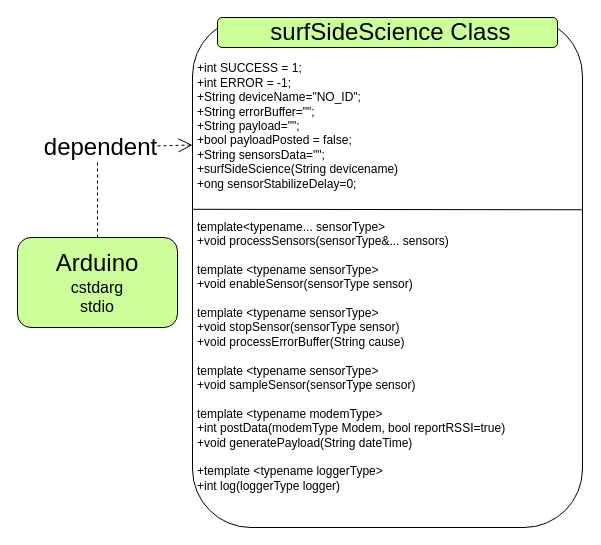
This is page "sursidescience class" (5 of 11) of docs/Software architecture.drawio from SeanDBrrr/SurfSideScienceSensors, a draw.io file, before an edit. Source tidied: cells renumbered, new cells numbered last; positions are measured from the earlier drawing's top-left corner, leaving out a move shared by most shapes. Both pictures are drawn from the tidied source at 100%, with x=0, y=0 at pixel (17, 17).
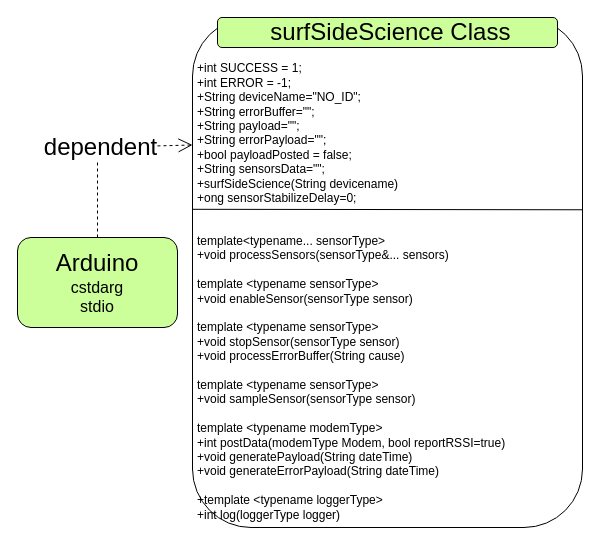
The same page after the edit.

Change to the diagram source:
```diff
@@
 <mxGraphModel>
   <root>
     <mxCell id="0" />
     <mxCell id="1" parent="0" />
     <mxCell id="2" style="rounded=1;whiteSpace=wrap;html=1;" parent="1" vertex="1">
       <mxGeometry x="175" width="390" height="510" as="geometry" />
     </mxCell>
     <mxCell id="3" value="&lt;span style=&quot;font-size: 24px;&quot;&gt;&amp;nbsp;surfSideScience Class&lt;/span&gt;" style="rounded=1;whiteSpace=wrap;html=1;fillColor=#CCFF99;" parent="1" vertex="1">
       <mxGeometry x="200" width="340" height="30" as="geometry" />
     </mxCell>
-    <mxCell id="4" value="&lt;div&gt;&lt;br&gt;&lt;/div&gt;&lt;div&gt;+int SUCCESS = 1;&lt;/div&gt;&lt;div&gt;+int ERROR = -1;&lt;/div&gt;&lt;div&gt;+String deviceName=&quot;NO_ID&quot;;&lt;/div&gt;&lt;div&gt;+String errorBuffer=&quot;&quot;;&lt;/div&gt;&lt;div&gt;+String payload=&quot;&quot;;&lt;/div&gt;&lt;div&gt;+bool payloadPosted = false;&lt;/div&gt;&lt;div&gt;+String sensorsData=&quot;&quot;;&lt;/div&gt;&lt;div&gt;+surfSideScience(String devicename)&lt;/div&gt;&lt;div&gt;+ong sensorStabilizeDelay=0;&lt;/div&gt;&lt;div&gt;&lt;br&gt;&lt;/div&gt;&lt;div&gt;&lt;br&gt;&lt;/div&gt;&lt;div&gt;&lt;div&gt;template&amp;lt;typename... sensorType&amp;gt;&lt;/div&gt;&lt;div&gt;+void processSensors(sensorType&amp;amp;... sensors)&lt;/div&gt;&lt;div&gt;&lt;br&gt;&lt;/div&gt;&lt;div&gt;template &amp;lt;typename sensorType&amp;gt;&lt;/div&gt;&lt;div&gt;+void enableSensor(sensorType sensor)&lt;/div&gt;&lt;div&gt;&lt;br&gt;&lt;/div&gt;&lt;div&gt;template &amp;lt;typename sensorType&amp;gt;&lt;/div&gt;&lt;div&gt;+void stopSensor(sensorType sensor)&lt;/div&gt;&lt;div&gt;+void processErrorBuffer(String cause)&lt;/div&gt;&lt;div&gt;&lt;br&gt;&lt;/div&gt;&lt;div&gt;template &amp;lt;typename sensorType&amp;gt;&lt;/div&gt;&lt;div&gt;+void sampleSensor(sensorType sensor)&lt;/div&gt;&lt;div&gt;&lt;br&gt;&lt;/div&gt;&lt;div&gt;template &amp;lt;typename modemType&amp;gt;&lt;/div&gt;&lt;div&gt;+int postData(modemType Modem, bool reportRSSI=true)&lt;/div&gt;&lt;div&gt;+void generatePayload(String dateTime)&lt;/div&gt;&lt;div&gt;&lt;br&gt;&lt;/div&gt;&lt;div&gt;+template &amp;lt;typename loggerType&amp;gt;&lt;/div&gt;&lt;div&gt;+int log(loggerType logger)&lt;/div&gt;&lt;/div&gt;" style="text;html=1;strokeColor=none;fillColor=none;spacing=5;spacingTop=-20;whiteSpace=wrap;overflow=hidden;rounded=0;" parent="1" vertex="1">
+    <mxCell id="4" value="&lt;div&gt;&lt;br&gt;&lt;/div&gt;&lt;div&gt;+int SUCCESS = 1;&lt;/div&gt;&lt;div&gt;+int ERROR = -1;&lt;/div&gt;&lt;div&gt;+String deviceName=&quot;NO_ID&quot;;&lt;/div&gt;&lt;div&gt;+String errorBuffer=&quot;&quot;;&lt;/div&gt;&lt;div&gt;+String payload=&quot;&quot;;&lt;br&gt;&lt;/div&gt;&lt;div&gt;+String errorPayload=&quot;&quot;;&lt;br&gt;&lt;/div&gt;&lt;div&gt;+bool payloadPosted = false;&lt;/div&gt;&lt;div&gt;+String sensorsData=&quot;&quot;;&lt;/div&gt;&lt;div&gt;+surfSideScience(String devicename)&lt;/div&gt;&lt;div&gt;+ong sensorStabilizeDelay=0;&lt;/div&gt;&lt;div&gt;&lt;br&gt;&lt;/div&gt;&lt;div&gt;&lt;br&gt;&lt;/div&gt;&lt;div&gt;&lt;div&gt;template&amp;lt;typename... sensorType&amp;gt;&lt;/div&gt;&lt;div&gt;+void processSensors(sensorType&amp;amp;... sensors)&lt;/div&gt;&lt;div&gt;&lt;br&gt;&lt;/div&gt;&lt;div&gt;template &amp;lt;typename sensorType&amp;gt;&lt;/div&gt;&lt;div&gt;+void enableSensor(sensorType sensor)&lt;/div&gt;&lt;div&gt;&lt;br&gt;&lt;/div&gt;&lt;div&gt;template &amp;lt;typename sensorType&amp;gt;&lt;/div&gt;&lt;div&gt;+void stopSensor(sensorType sensor)&lt;/div&gt;&lt;div&gt;+void processErrorBuffer(String cause)&lt;/div&gt;&lt;div&gt;&lt;br&gt;&lt;/div&gt;&lt;div&gt;template &amp;lt;typename sensorType&amp;gt;&lt;/div&gt;&lt;div&gt;+void sampleSensor(sensorType sensor)&lt;/div&gt;&lt;div&gt;&lt;br&gt;&lt;/div&gt;&lt;div&gt;template &amp;lt;typename modemType&amp;gt;&lt;/div&gt;&lt;div&gt;+int postData(modemType Modem, bool reportRSSI=true)&lt;/div&gt;&lt;div&gt;+void generatePayload(String dateTime)&lt;br&gt;&lt;/div&gt;&lt;div&gt;+void generateErrorPayload(String dateTime)&lt;br&gt;&lt;/div&gt;&lt;div&gt;&lt;br&gt;&lt;/div&gt;&lt;div&gt;+template &amp;lt;typename loggerType&amp;gt;&lt;/div&gt;&lt;div&gt;+int log(loggerType logger)&lt;/div&gt;&lt;/div&gt;" style="text;html=1;strokeColor=none;fillColor=none;spacing=5;spacingTop=-20;whiteSpace=wrap;overflow=hidden;rounded=0;" parent="1" vertex="1">
       <mxGeometry x="175" y="40" width="385" height="470" as="geometry" />
     </mxCell>
     <mxCell id="5" value="&lt;div style=&quot;&quot;&gt;&lt;div&gt;&lt;font style=&quot;font-size: 24px;&quot;&gt;Arduino&lt;/font&gt;&lt;/div&gt;&lt;div&gt;&lt;font size=&quot;3&quot;&gt;cstdarg&lt;/font&gt;&lt;/div&gt;&lt;div&gt;&lt;font size=&quot;3&quot;&gt;stdio&lt;/font&gt;&lt;/div&gt;&lt;/div&gt;" style="rounded=1;whiteSpace=wrap;html=1;fillColor=#CCFF99;" parent="1" vertex="1">
       <mxGeometry y="220" width="160" height="90" as="geometry" />
     </mxCell>
     <mxCell id="6" value="dependent" style="endArrow=open;endSize=12;dashed=1;html=1;rounded=0;fontSize=24;exitX=0.5;exitY=0;exitDx=0;exitDy=0;entryX=0;entryY=0.25;entryDx=0;entryDy=0;" parent="1" edge="1" source="5" target="2">
       <mxGeometry relative="1" as="geometry">
         <Array as="points">
           <mxPoint x="80" y="130" />
         </Array>
       </mxGeometry>
     </mxCell>
     <mxCell id="7" style="endArrow=none;html=1;rounded=0;fontSize=24;exitX=-0.001;exitY=0.323;exitDx=0;exitDy=0;exitPerimeter=0;entryX=1;entryY=0.377;entryDx=0;entryDy=0;entryPerimeter=0;" parent="1" edge="1" source="4" target="2">
       <mxGeometry relative="1" as="geometry" />
     </mxCell>
   </root>
 </mxGraphModel>
```
